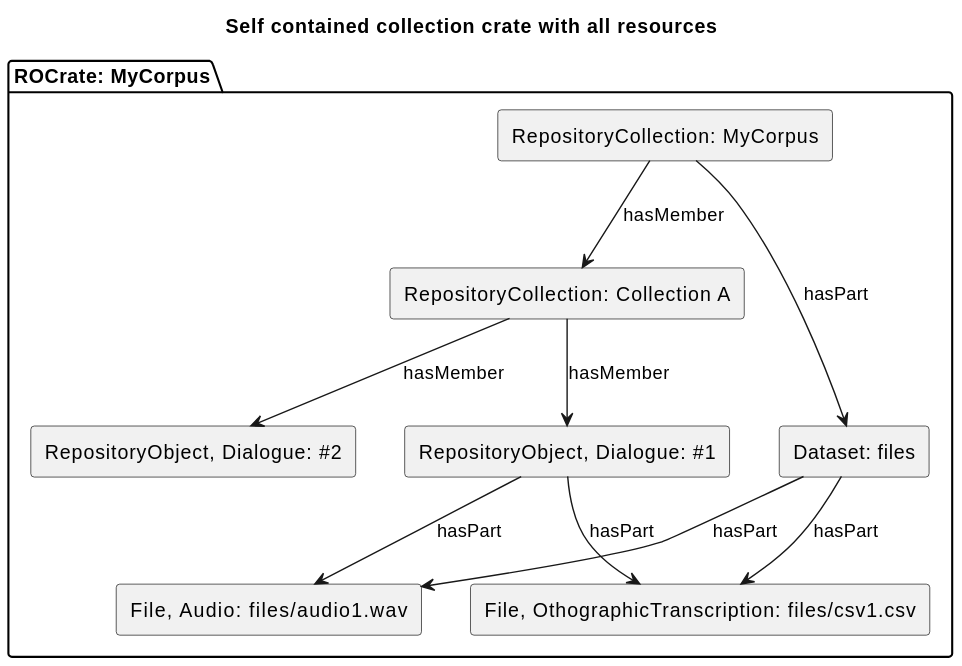
Earlier version of the PlantUML export profile/media/bundled-crate.svg (Language-Research-Technology/ldac-profile).
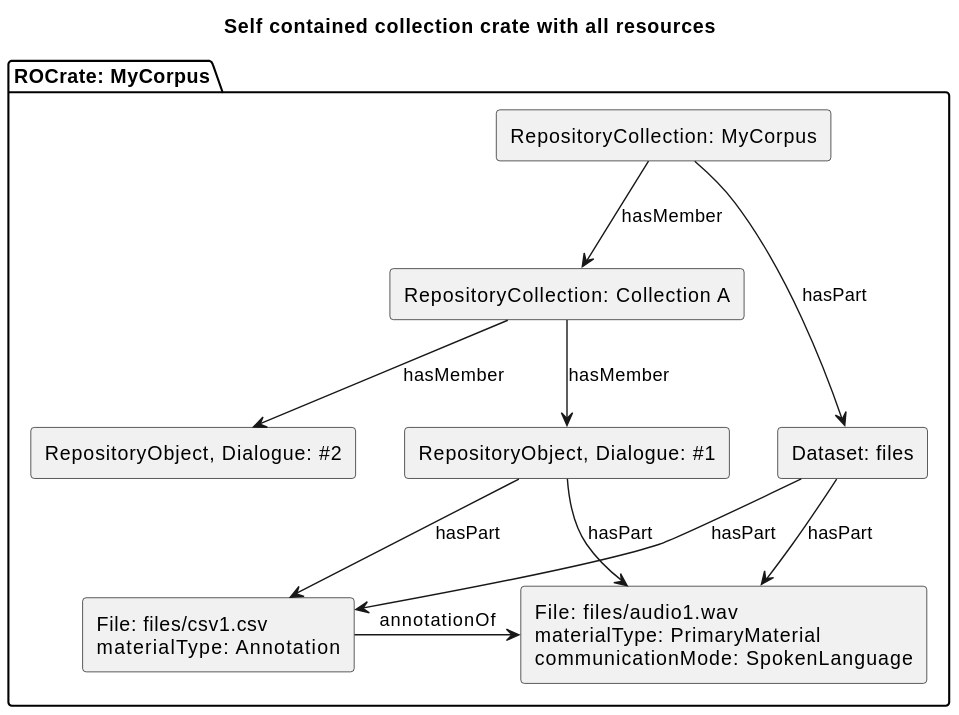
Above is the later version.

Change to the diagram source:
```diff
@@ -10,15 +10,18 @@
    rectangle "RepositoryObject, Dialogue: #2" as o2 {
 
    }
-   rectangle "File, Audio:  files/audio1.wav" as a1
-   rectangle "File, OthographicTranscription: files/csv1.csv" as csv1
+   rectangle "File: files/audio1.wav\nmaterialType: PrimaryMaterial\ncommunicationMode: SpokenLanguage" as a1
+   rectangle "File: files/csv1.csv\nmaterialType: Annotation" as csv1
    rectangle "Dataset: files" as files
 
-
+  csv1 -> a1: annotationOf
 
    rectangle "RepositoryCollection: Collection A" as c2 {
 
    }
+
+
+
    cc -down-> c2 : hasMember
 
    c2 -down-> o1 : hasMember
@@ -34,5 +37,4 @@
 
 
 }
-
 @enduml
```
